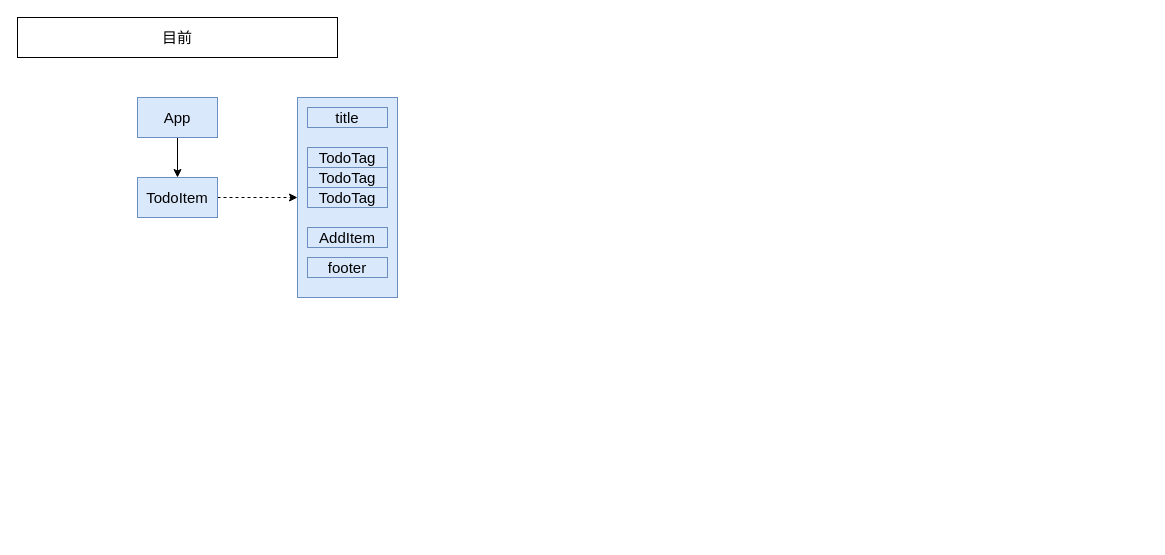
The draw.io diagram todo-list-app/组件层级设计.drawio in Kazumaa-cyber/front, before the edit. Source tidied: cells renumbered, new cells numbered last; positions are measured from the earlier drawing's top-left corner, leaving out a move shared by most shapes. Both pictures are drawn from the tidied source at 100%, with x=0, y=0 at pixel (17, 17).
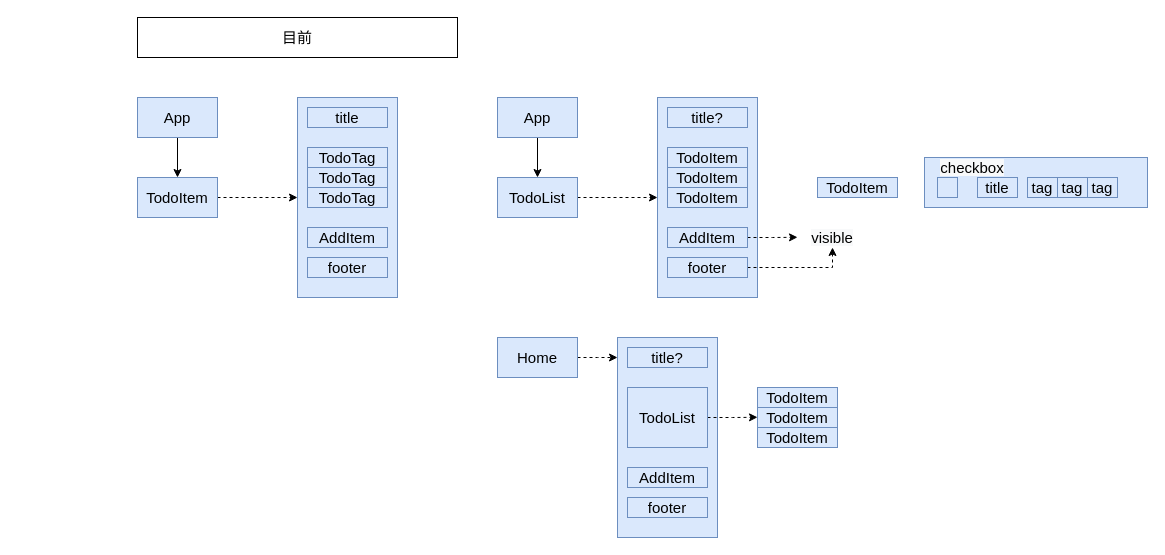
Above is the later version.

What changed in the source:
```diff
@@
+    <mxCell id="14" style="rounded=0;whiteSpace=wrap;html=1;fontSize=15;strokeColor=#6c8ebf;fillColor=#dae8fc;" parent="1" vertex="1">
+      <mxGeometry x="907" y="140" width="223" height="50" as="geometry" />
+    </mxCell>
     <mxCell id="2" value="&lt;font style=&quot;font-size: 15px&quot;&gt;目前&lt;/font&gt;" style="text;html=1;strokeColor=default;fillColor=none;align=center;verticalAlign=middle;whiteSpace=wrap;rounded=0;" parent="1" vertex="1">
-      <mxGeometry width="320" height="40" as="geometry" />
+      <mxGeometry x="120" width="320" height="40" as="geometry" />
     </mxCell>
@@
+    <mxCell id="15" style="edgeStyle=orthogonalEdgeStyle;rounded=0;jettySize=auto;html=1;exitX=1;exitY=0.5;exitDx=0;exitDy=0;entryX=0;entryY=0.5;entryDx=0;entryDy=0;fontSize=15;dashed=1;" parent="1" edge="1" source="16" target="19">
+      <mxGeometry relative="1" as="geometry" />
+    </mxCell>
+    <mxCell id="16" value="TodoList" style="rounded=0;whiteSpace=wrap;html=1;fontSize=15;strokeColor=#6c8ebf;fillColor=#dae8fc;" parent="1" vertex="1">
+      <mxGeometry x="480" y="160" width="80" height="40" as="geometry" />
+    </mxCell>
+    <mxCell id="17" style="edgeStyle=orthogonalEdgeStyle;rounded=0;jettySize=auto;html=1;exitX=0.5;exitY=1;exitDx=0;exitDy=0;fontSize=15;" parent="1" edge="1" source="18" target="16">
+      <mxGeometry relative="1" as="geometry" />
+    </mxCell>
+    <mxCell id="18" value="App" style="rounded=0;whiteSpace=wrap;html=1;fontSize=15;strokeColor=#6c8ebf;fillColor=#dae8fc;" parent="1" vertex="1">
+      <mxGeometry x="480" y="80" width="80" height="40" as="geometry" />
+    </mxCell>
+    <mxCell id="19" style="rounded=0;whiteSpace=wrap;html=1;fontSize=15;strokeColor=#6c8ebf;fillColor=#dae8fc;" parent="1" vertex="1">
+      <mxGeometry x="640" y="80" width="100" height="200" as="geometry" />
+    </mxCell>
+    <mxCell id="20" value="title?" style="rounded=0;whiteSpace=wrap;html=1;fontSize=15;strokeColor=#6c8ebf;fillColor=#dae8fc;" parent="1" vertex="1">
+      <mxGeometry x="650" y="90" width="80" height="20" as="geometry" />
+    </mxCell>
+    <mxCell id="21" value="TodoItem" style="rounded=0;whiteSpace=wrap;html=1;fontSize=15;strokeColor=#6c8ebf;fillColor=#dae8fc;" parent="1" vertex="1">
+      <mxGeometry x="650" y="130" width="80" height="20" as="geometry" />
+    </mxCell>
+    <mxCell id="22" value="TodoItem" style="rounded=0;whiteSpace=wrap;html=1;fontSize=15;strokeColor=#6c8ebf;fillColor=#dae8fc;" parent="1" vertex="1">
+      <mxGeometry x="650" y="150" width="80" height="20" as="geometry" />
+    </mxCell>
+    <mxCell id="23" value="TodoItem" style="rounded=0;whiteSpace=wrap;html=1;fontSize=15;strokeColor=#6c8ebf;fillColor=#dae8fc;" parent="1" vertex="1">
+      <mxGeometry x="650" y="170" width="80" height="20" as="geometry" />
+    </mxCell>
+    <mxCell id="24" style="edgeStyle=orthogonalEdgeStyle;rounded=0;jettySize=auto;html=1;exitX=1;exitY=0.5;exitDx=0;exitDy=0;dashed=1;" parent="1" edge="1" source="25">
+      <mxGeometry relative="1" as="geometry">
+        <mxPoint x="780" y="219.8" as="targetPoint" />
+      </mxGeometry>
+    </mxCell>
+    <mxCell id="25" value="AddItem" style="rounded=0;whiteSpace=wrap;html=1;fontSize=15;strokeColor=#6c8ebf;fillColor=#dae8fc;" parent="1" vertex="1">
+      <mxGeometry x="650" y="210" width="80" height="20" as="geometry" />
+    </mxCell>
+    <mxCell id="26" style="edgeStyle=orthogonalEdgeStyle;rounded=0;jettySize=auto;html=1;exitX=1;exitY=0.5;exitDx=0;exitDy=0;dashed=1;entryX=0.5;entryY=1;entryDx=0;entryDy=0;" parent="1" edge="1" source="27" target="46">
+      <mxGeometry relative="1" as="geometry" />
+    </mxCell>
+    <mxCell id="27" value="footer" style="rounded=0;whiteSpace=wrap;html=1;fontSize=15;strokeColor=#6c8ebf;fillColor=#dae8fc;" parent="1" vertex="1">
+      <mxGeometry x="650" y="240" width="80" height="20" as="geometry" />
+    </mxCell>
+    <mxCell id="28" style="edgeStyle=orthogonalEdgeStyle;rounded=0;jettySize=auto;html=1;exitX=1;exitY=0.5;exitDx=0;exitDy=0;dashed=1;" parent="1" edge="1" source="29">
+      <mxGeometry relative="1" as="geometry">
+        <mxPoint x="600" y="340" as="targetPoint" />
+      </mxGeometry>
+    </mxCell>
+    <mxCell id="29" value="Home" style="rounded=0;whiteSpace=wrap;html=1;fontSize=15;strokeColor=#6c8ebf;fillColor=#dae8fc;" parent="1" vertex="1">
+      <mxGeometry x="480" y="320" width="80" height="40" as="geometry" />
+    </mxCell>
+    <mxCell id="30" style="rounded=0;whiteSpace=wrap;html=1;fontSize=15;strokeColor=#6c8ebf;fillColor=#dae8fc;" parent="1" vertex="1">
+      <mxGeometry x="600" y="320" width="100" height="200" as="geometry" />
+    </mxCell>
+    <mxCell id="31" value="title?" style="rounded=0;whiteSpace=wrap;html=1;fontSize=15;strokeColor=#6c8ebf;fillColor=#dae8fc;" parent="1" vertex="1">
+      <mxGeometry x="610" y="330" width="80" height="20" as="geometry" />
+    </mxCell>
+    <mxCell id="32" style="edgeStyle=orthogonalEdgeStyle;rounded=0;jettySize=auto;html=1;exitX=1;exitY=0.5;exitDx=0;exitDy=0;dashed=1;" parent="1" edge="1" source="33">
+      <mxGeometry relative="1" as="geometry">
+        <mxPoint x="740" y="399.8" as="targetPoint" />
+      </mxGeometry>
+    </mxCell>
+    <mxCell id="33" value="TodoList" style="rounded=0;whiteSpace=wrap;html=1;fontSize=15;strokeColor=#6c8ebf;fillColor=#dae8fc;" parent="1" vertex="1">
+      <mxGeometry x="610" y="370" width="80" height="60" as="geometry" />
+    </mxCell>
+    <mxCell id="34" value="AddItem" style="rounded=0;whiteSpace=wrap;html=1;fontSize=15;strokeColor=#6c8ebf;fillColor=#dae8fc;" parent="1" vertex="1">
+      <mxGeometry x="610" y="450" width="80" height="20" as="geometry" />
+    </mxCell>
+    <mxCell id="35" value="footer" style="rounded=0;whiteSpace=wrap;html=1;fontSize=15;strokeColor=#6c8ebf;fillColor=#dae8fc;" parent="1" vertex="1">
+      <mxGeometry x="610" y="480" width="80" height="20" as="geometry" />
+    </mxCell>
+    <mxCell id="36" value="TodoItem" style="rounded=0;whiteSpace=wrap;html=1;fontSize=15;strokeColor=#6c8ebf;fillColor=#dae8fc;" parent="1" vertex="1">
+      <mxGeometry x="740" y="370" width="80" height="20" as="geometry" />
+    </mxCell>
+    <mxCell id="37" value="TodoItem" style="rounded=0;whiteSpace=wrap;html=1;fontSize=15;strokeColor=#6c8ebf;fillColor=#dae8fc;" parent="1" vertex="1">
+      <mxGeometry x="740" y="390" width="80" height="20" as="geometry" />
+    </mxCell>
+    <mxCell id="38" value="TodoItem" style="rounded=0;whiteSpace=wrap;html=1;fontSize=15;strokeColor=#6c8ebf;fillColor=#dae8fc;" parent="1" vertex="1">
+      <mxGeometry x="740" y="410" width="80" height="20" as="geometry" />
+    </mxCell>
+    <mxCell id="39" value="TodoItem" style="rounded=0;whiteSpace=wrap;html=1;fontSize=15;strokeColor=#6c8ebf;fillColor=#dae8fc;" parent="1" vertex="1">
+      <mxGeometry x="800" y="160" width="80" height="20" as="geometry" />
+    </mxCell>
+    <mxCell id="40" style="rounded=0;whiteSpace=wrap;html=1;fontSize=15;strokeColor=#6c8ebf;fillColor=#dae8fc;" parent="1" vertex="1">
+      <mxGeometry x="920" y="160" width="20" height="20" as="geometry" />
+    </mxCell>
+    <mxCell id="41" value="title" style="rounded=0;whiteSpace=wrap;html=1;fontSize=15;strokeColor=#6c8ebf;fillColor=#dae8fc;" parent="1" vertex="1">
+      <mxGeometry x="960" y="160" width="40" height="20" as="geometry" />
+    </mxCell>
+    <mxCell id="42" value="&lt;span style=&quot;color: rgb(0, 0, 0); font-family: helvetica; font-size: 15px; font-style: normal; font-weight: 400; letter-spacing: normal; text-align: center; text-indent: 0px; text-transform: none; word-spacing: 0px; background-color: rgb(248, 249, 250); display: inline; float: none;&quot;&gt;checkbox&lt;/span&gt;" style="text;html=1;strokeColor=none;fillColor=none;align=center;verticalAlign=middle;whiteSpace=wrap;rounded=0;" parent="1" vertex="1">
+      <mxGeometry x="920" y="140" width="70" height="20" as="geometry" />
+    </mxCell>
+    <mxCell id="43" value="tag" style="rounded=0;whiteSpace=wrap;html=1;fontSize=15;strokeColor=#6c8ebf;fillColor=#dae8fc;" parent="1" vertex="1">
+      <mxGeometry x="1010" y="160" width="30" height="20" as="geometry" />
+    </mxCell>
+    <mxCell id="44" value="tag" style="rounded=0;whiteSpace=wrap;html=1;fontSize=15;strokeColor=#6c8ebf;fillColor=#dae8fc;" parent="1" vertex="1">
+      <mxGeometry x="1040" y="160" width="30" height="20" as="geometry" />
+    </mxCell>
+    <mxCell id="45" value="tag" style="rounded=0;whiteSpace=wrap;html=1;fontSize=15;strokeColor=#6c8ebf;fillColor=#dae8fc;" parent="1" vertex="1">
+      <mxGeometry x="1070" y="160" width="30" height="20" as="geometry" />
+    </mxCell>
+    <mxCell id="46" value="&lt;span style=&quot;color: rgb(0 , 0 , 0) ; font-family: &amp;#34;helvetica&amp;#34; ; font-size: 15px ; font-style: normal ; font-weight: 400 ; letter-spacing: normal ; text-align: center ; text-indent: 0px ; text-transform: none ; word-spacing: 0px ; background-color: rgb(248 , 249 , 250) ; display: inline ; float: none&quot;&gt;visible&lt;/span&gt;" style="text;html=1;strokeColor=none;fillColor=none;align=center;verticalAlign=middle;whiteSpace=wrap;rounded=0;" parent="1" vertex="1">
+      <mxGeometry x="780" y="210" width="70" height="20" as="geometry" />
+    </mxCell>
```
